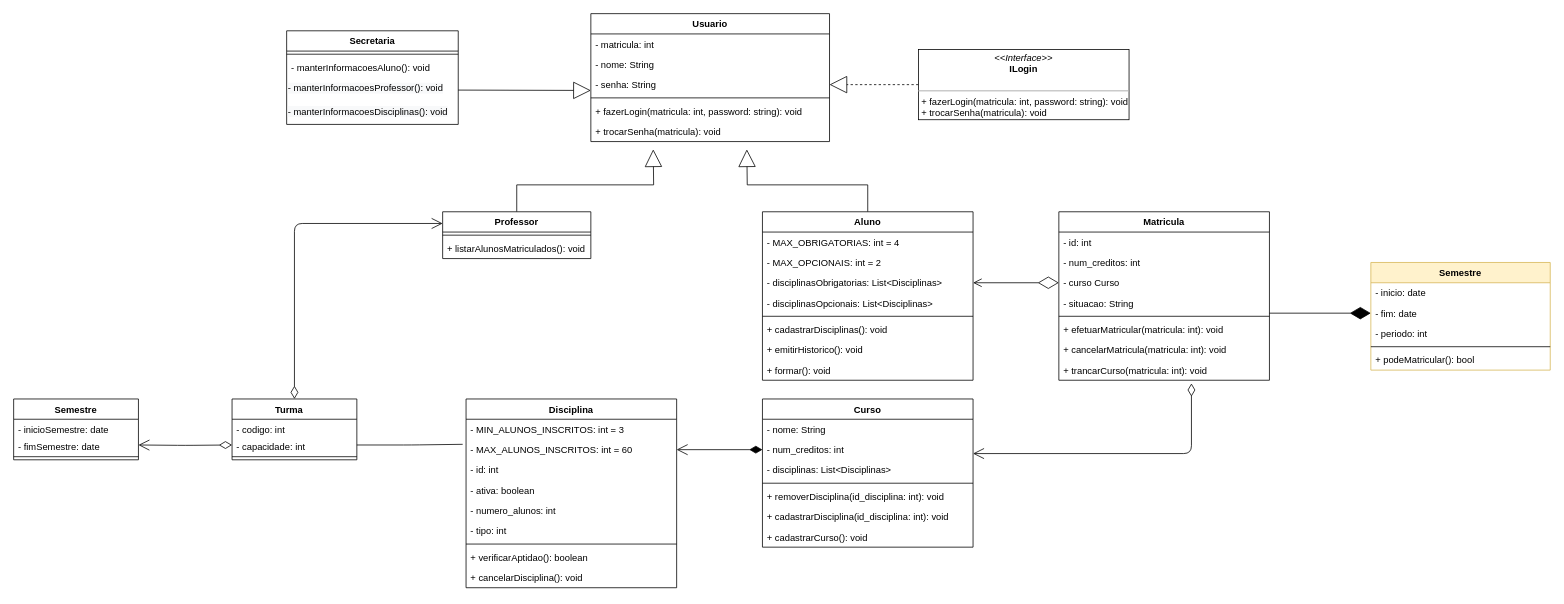
Above: DIAGRAMA_CLASSE.drawio in joeyclapton/projeto (draw.io), before the change. Source tidied: cells renumbered, new cells numbered last; positions are measured from the earlier drawing's top-left corner, leaving out a move shared by most shapes. Both pictures are drawn from the tidied source at 78%, with x=0, y=0 at pixel (13, 13).
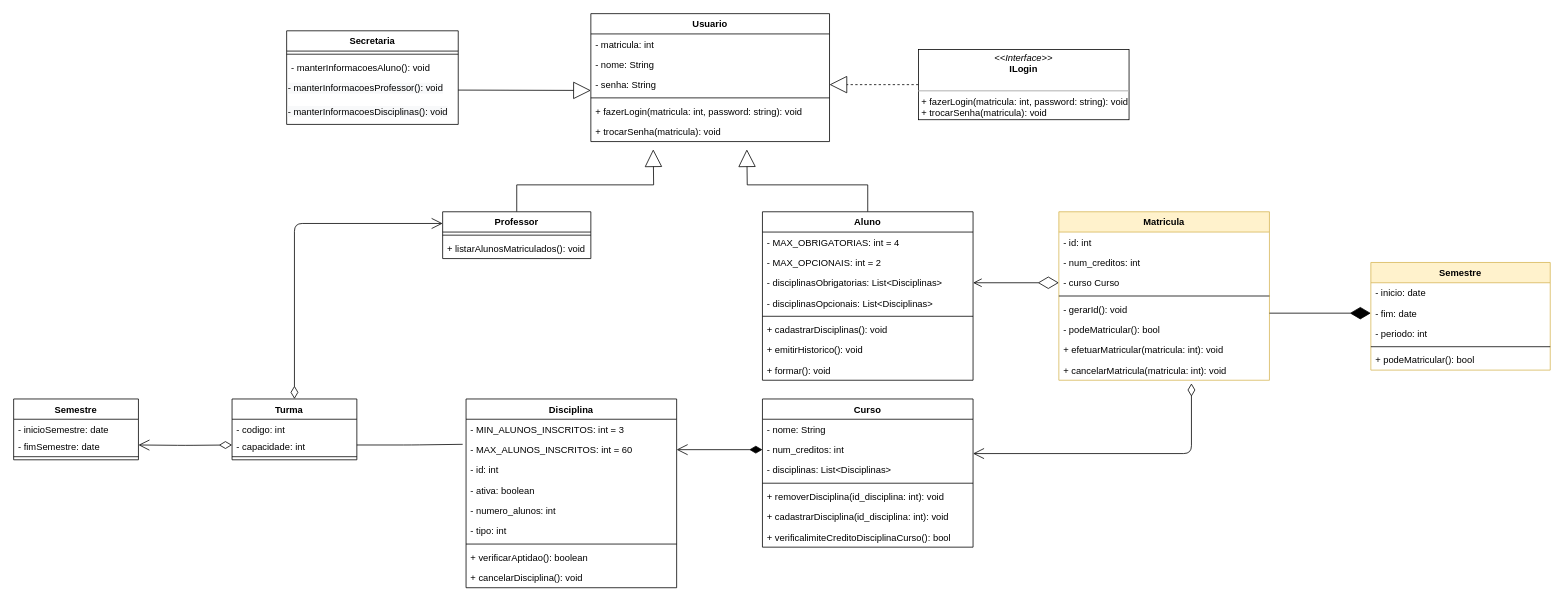
Above is the later version.

Unchanged cells that the change refers to:
```xml
<mxCell id="28" value="Curso" style="swimlane;fontStyle=1;align=center;verticalAlign=top;horizontal=1;startSize=26;" parent="1" vertex="1">
  <mxGeometry x="960" y="494" width="270" height="190" as="geometry" />
</mxCell>
```

Diff of the diagram source:
```diff
@@
-    <mxCell id="35" value="+ cadastrarCurso(): void" style="text;strokeColor=none;fillColor=none;align=left;verticalAlign=top;spacingLeft=4;spacingRight=4;overflow=hidden;" parent="28" vertex="1">
+    <mxCell id="35" value="+ verificalimiteCreditoDisciplinaCurso(): bool" style="text;strokeColor=none;fillColor=none;align=left;verticalAlign=top;spacingLeft=4;spacingRight=4;overflow=hidden;" parent="28" vertex="1">
       <mxGeometry y="164" width="270" height="26" as="geometry" />
     </mxCell>
-    <mxCell id="36" value="Matricula" style="swimlane;fontStyle=1;align=center;verticalAlign=top;horizontal=1;startSize=26;" parent="1" vertex="1">
+    <mxCell id="36" value="Matricula" style="swimlane;fontStyle=1;align=center;verticalAlign=top;horizontal=1;startSize=26;fillColor=#fff2cc;strokeColor=#d6b656;" parent="1" vertex="1">
       <mxGeometry x="1340" y="254" width="270" height="216" as="geometry" />
     </mxCell>
@@
-    <mxCell id="40" value="- situacao: String" style="text;strokeColor=none;fillColor=none;align=left;verticalAlign=top;spacingLeft=4;spacingRight=4;overflow=hidden;" parent="36" vertex="1">
-      <mxGeometry y="104" width="270" height="26" as="geometry" />
-    </mxCell>
     <mxCell id="41" style="line;strokeWidth=1;fillColor=none;align=left;verticalAlign=middle;spacingTop=-1;spacingLeft=3;spacingRight=3;labelPosition=right;" parent="36" vertex="1">
-      <mxGeometry y="130" width="270" height="8" as="geometry" />
+      <mxGeometry y="104" width="270" height="8" as="geometry" />
     </mxCell>
-    <mxCell id="42" value="+ efetuarMatricular(matricula: int): void" style="text;strokeColor=none;fillColor=none;align=left;verticalAlign=top;spacingLeft=4;spacingRight=4;overflow=hidden;" parent="36" vertex="1">
-      <mxGeometry y="138" width="270" height="26" as="geometry" />
+    <mxCell id="42" value="- gerarId(): void" style="text;strokeColor=none;fillColor=none;align=left;verticalAlign=top;spacingLeft=4;spacingRight=4;overflow=hidden;" parent="36" vertex="1">
+      <mxGeometry y="112" width="270" height="26" as="geometry" />
     </mxCell>
+    <mxCell id="79" value="- podeMatricular(): bool" style="text;strokeColor=none;fillColor=none;align=left;verticalAlign=top;spacingLeft=4;spacingRight=4;overflow=hidden;" parent="36" vertex="1">
+      <mxGeometry y="138" width="270" height="26" as="geometry" />
+    </mxCell>
+    <mxCell id="80" value="+ efetuarMatricular(matricula: int): void" style="text;strokeColor=none;fillColor=none;align=left;verticalAlign=top;spacingLeft=4;spacingRight=4;overflow=hidden;" parent="36" vertex="1">
+      <mxGeometry y="164" width="270" height="26" as="geometry" />
+    </mxCell>
     <mxCell id="43" value="+ cancelarMatricula(matricula: int): void" style="text;strokeColor=none;fillColor=none;align=left;verticalAlign=top;spacingLeft=4;spacingRight=4;overflow=hidden;" parent="36" vertex="1">
-      <mxGeometry y="164" width="270" height="26" as="geometry" />
+      <mxGeometry y="190" width="270" height="26" as="geometry" />
     </mxCell>
-    <mxCell id="44" value="+ trancarCurso(matricula: int): void" style="text;strokeColor=none;fillColor=none;align=left;verticalAlign=top;spacingLeft=4;spacingRight=4;overflow=hidden;" parent="36" vertex="1">
-      <mxGeometry y="190" width="270" height="26" as="geometry" />
-    </mxCell>
```
